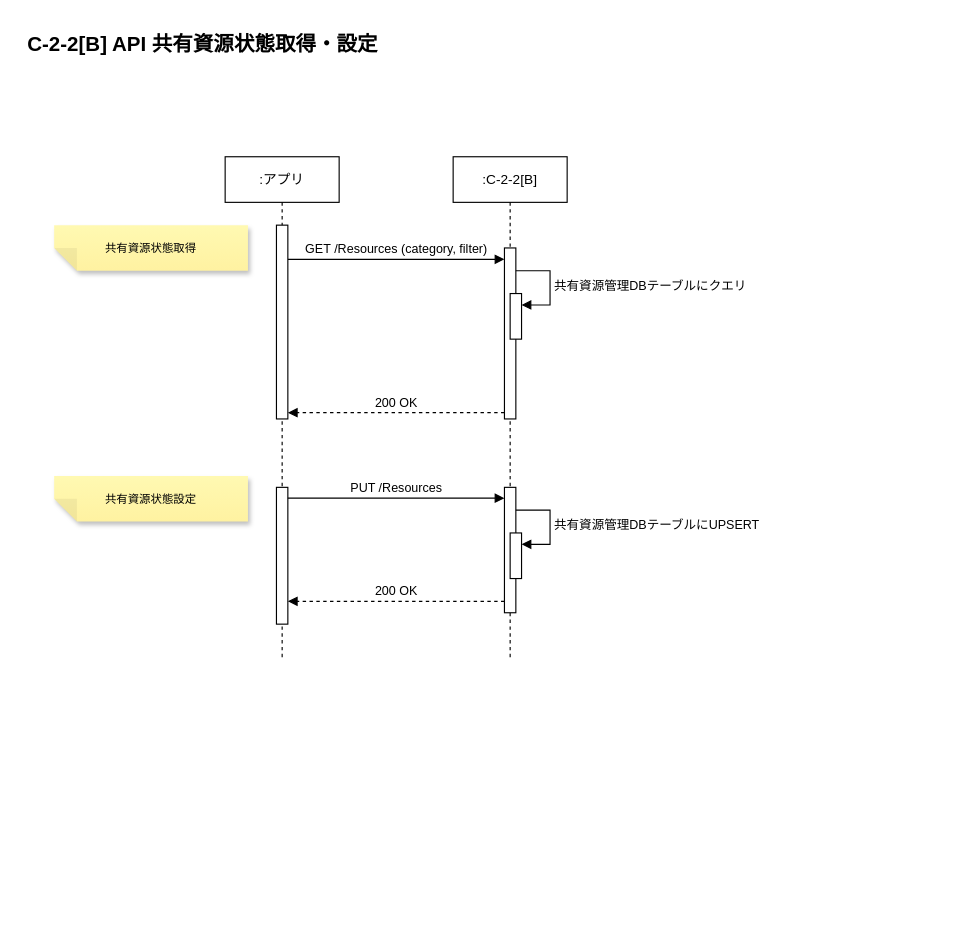
Above: page "[API]共有資源状態取得・設定" (4 of 7) of models/c-2-2-api-sequences.drawio in Sportacandy/C-2-2API (draw.io), before the change. Source tidied: cells renumbered, new cells numbered last; positions are measured from the earlier drawing's top-left corner, leaving out a move shared by most shapes. Both pictures are drawn from the tidied source at 114%, with x=0, y=0 at pixel (19, 19).
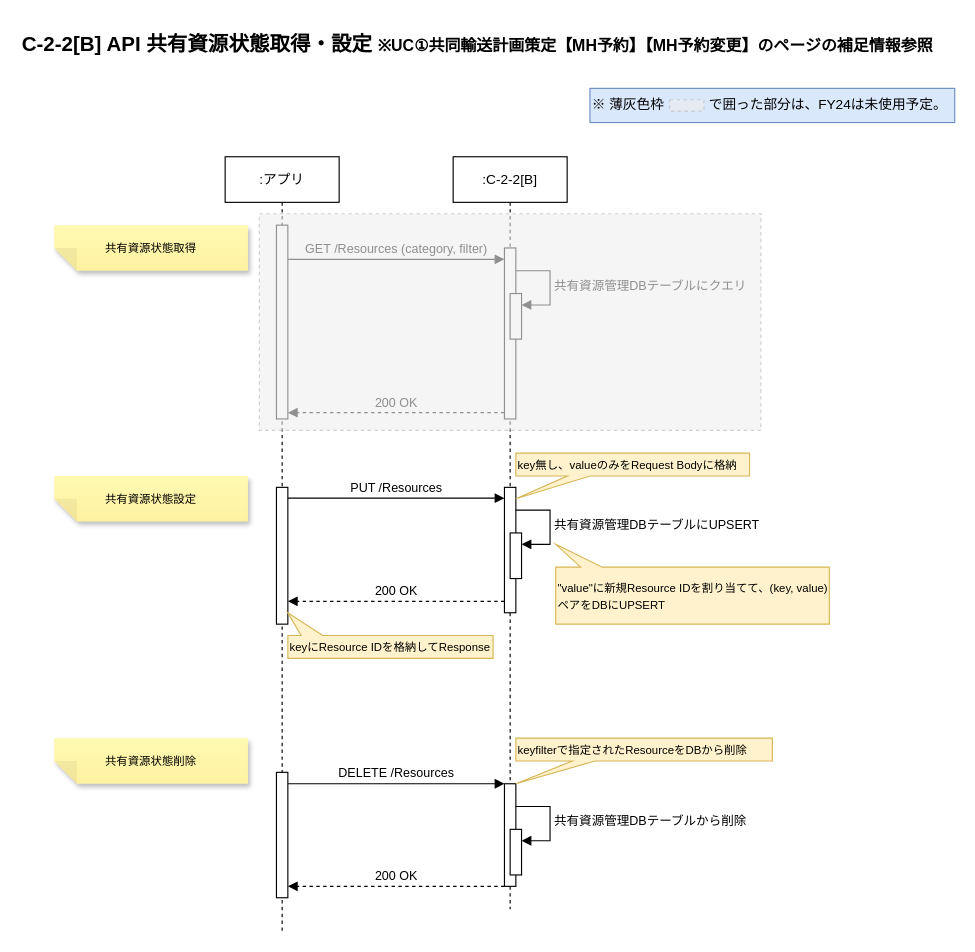
Above is the later version.

The edit, as a diff of the source:
```diff
@@
-    <mxCell id="4" value="&lt;font style=&quot;font-size: 18px;&quot;&gt;C-2-2[B] API 共有資源状態取得・設定&lt;/font&gt;" style="text;strokeColor=none;fillColor=none;html=1;fontSize=24;fontStyle=1;verticalAlign=middle;align=center;" parent="1" vertex="1">
-      <mxGeometry width="320" height="40" as="geometry" />
+    <mxCell id="4" value="&lt;font style=&quot;font-size: 18px;&quot;&gt;C-2-2[B] API 共有資源状態取得・設定&amp;nbsp;&lt;/font&gt;&lt;font style=&quot;font-size: 14px;&quot;&gt;※UC①共同輸送計画策定【MH予約】【MH予約変更】のページの補足情報参照&lt;/font&gt;" style="text;strokeColor=none;fillColor=none;html=1;fontSize=24;fontStyle=1;verticalAlign=middle;align=left;" parent="1" vertex="1">
+      <mxGeometry width="820" height="40" as="geometry" />
     </mxCell>
     <mxCell id="5" value=":アプリ" style="shape=umlLifeline;perimeter=lifelinePerimeter;whiteSpace=wrap;html=1;newEdgeStyle={&quot;edgeStyle&quot;:&quot;elbowEdgeStyle&quot;,&quot;elbow&quot;:&quot;vertical&quot;,&quot;curved&quot;:0,&quot;rounded&quot;:0};" parent="1" vertex="1">
-      <mxGeometry x="180" y="120" width="100" height="440" as="geometry" />
+      <mxGeometry x="180" y="120" width="100" height="680" as="geometry" />
     </mxCell>
@@
+    <mxCell id="19" style="html=1;perimeter=orthogonalPerimeter;targetShapes=umlLifeline;newEdgeStyle={&quot;edgeStyle&quot;:&quot;elbowEdgeStyle&quot;,&quot;elbow&quot;:&quot;vertical&quot;,&quot;curved&quot;:0,&quot;rounded&quot;:0};" parent="5" vertex="1">
+      <mxGeometry x="45" y="540" width="10" height="110" as="geometry" />
+    </mxCell>
     <mxCell id="7" value=":C-2-2[B]" style="shape=umlLifeline;perimeter=lifelinePerimeter;whiteSpace=wrap;html=1;newEdgeStyle={&quot;edgeStyle&quot;:&quot;elbowEdgeStyle&quot;,&quot;elbow&quot;:&quot;vertical&quot;,&quot;curved&quot;:0,&quot;rounded&quot;:0};" parent="1" vertex="1">
-      <mxGeometry x="380" y="120" width="100" height="440" as="geometry" />
+      <mxGeometry x="380" y="120" width="100" height="660" as="geometry" />
     </mxCell>
@@
+    <mxCell id="20" style="html=1;perimeter=orthogonalPerimeter;targetShapes=umlLifeline;newEdgeStyle={&quot;edgeStyle&quot;:&quot;elbowEdgeStyle&quot;,&quot;elbow&quot;:&quot;vertical&quot;,&quot;curved&quot;:0,&quot;rounded&quot;:0};" parent="7" vertex="1">
+      <mxGeometry x="45" y="550" width="10" height="90" as="geometry" />
+    </mxCell>
+    <mxCell id="21" value="共有資源管理DBテーブルから削除" style="html=1;align=left;spacingLeft=2;endArrow=block;rounded=0;edgeStyle=orthogonalEdgeStyle;curved=0;rounded=0;" parent="7" edge="1">
+      <mxGeometry relative="1" as="geometry">
+        <mxPoint x="55" y="570" as="sourcePoint" />
+        <mxPoint x="60" y="600" as="targetPoint" />
+        <Array as="points">
+          <mxPoint x="85" y="600" />
+        </Array>
+      </mxGeometry>
+    </mxCell>
+    <mxCell id="22" style="html=1;perimeter=orthogonalPerimeter;targetShapes=umlLifeline;newEdgeStyle={&quot;curved&quot;:0,&quot;rounded&quot;:0};" parent="7" vertex="1">
+      <mxGeometry x="50" y="590" width="10" height="40" as="geometry" />
+    </mxCell>
@@
+    <mxCell id="23" value="&lt;span style=&quot;font-size: 10px;&quot;&gt;key無し、valueのみをRequest Bodyに格納&lt;/span&gt;" style="shape=callout;whiteSpace=wrap;html=1;perimeter=calloutPerimeter;position2=0;fillColor=#fff2cc;strokeColor=#d6b656;align=left;size=20;position=0.22;" parent="1" vertex="1">
+      <mxGeometry x="435" y="380" width="205" height="40" as="geometry" />
+    </mxCell>
+    <mxCell id="24" value="&lt;div style=&quot;&quot;&gt;&lt;span style=&quot;font-size: 10px;&quot;&gt;keyにResource IDを格納してResponse&lt;/span&gt;&lt;/div&gt;" style="shape=callout;whiteSpace=wrap;html=1;perimeter=calloutPerimeter;position2=1;fillColor=#fff2cc;strokeColor=#d6b656;align=left;size=20;position=0.83;base=19;direction=west;" parent="1" vertex="1">
+      <mxGeometry x="235" y="520" width="180" height="40" as="geometry" />
+    </mxCell>
+    <mxCell id="25" value="&lt;div style=&quot;&quot;&gt;&lt;span style=&quot;font-size: 10px;&quot;&gt;&quot;value&quot;に新規Resource IDを割り当てて、(key, value)ペアをDBにUPSERT&lt;/span&gt;&lt;/div&gt;" style="shape=callout;whiteSpace=wrap;html=1;perimeter=calloutPerimeter;position2=1;fillColor=#fff2cc;strokeColor=#d6b656;align=left;size=20;position=0.83;base=19;direction=west;" parent="1" vertex="1">
+      <mxGeometry x="470" y="460" width="240" height="70" as="geometry" />
+    </mxCell>
+    <mxCell id="26" style="html=1;whiteSpace=wrap;fillColor=#eeeeee;strokeColor=#B3B3B3;align=left;dashed=1;opacity=60;" parent="1" vertex="1">
+      <mxGeometry x="210" y="170" width="440" height="190" as="geometry" />
+    </mxCell>
+    <mxCell id="27" value="&lt;span style=&quot;background-color: initial;&quot;&gt;※ 薄灰色枠　　　 で囲った部分は、FY24は未使用予定。&amp;nbsp;&lt;/span&gt;" style="html=1;whiteSpace=wrap;fillColor=#dae8fc;strokeColor=#6c8ebf;align=left;" parent="1" vertex="1">
+      <mxGeometry x="500" y="60" width="320" height="30" as="geometry" />
+    </mxCell>
+    <mxCell id="28" style="html=1;whiteSpace=wrap;fillColor=#eeeeee;strokeColor=#B3B3B3;align=left;dashed=1;opacity=60;" parent="27" vertex="1">
+      <mxGeometry x="70" y="10" width="30" height="10" as="geometry" />
+    </mxCell>
+    <mxCell id="29" value="&lt;div style=&quot;&quot;&gt;&lt;span style=&quot;font-size: 10px;&quot;&gt;共有資源状態削除&lt;/span&gt;&lt;/div&gt;" style="shape=note;whiteSpace=wrap;html=1;backgroundOutline=1;fontColor=#000000;darkOpacity=0.05;fillColor=#FFF9B2;strokeColor=none;fillStyle=solid;direction=west;gradientDirection=north;gradientColor=#FFF2A1;shadow=1;size=20;align=center;" parent="1" vertex="1">
+      <mxGeometry x="30" y="630" width="170" height="40" as="geometry" />
+    </mxCell>
+    <mxCell id="30" value="DELETE /Resources" style="html=1;verticalAlign=bottom;endArrow=block;edgeStyle=elbowEdgeStyle;elbow=horizontal;curved=0;rounded=0;" parent="1" edge="1">
+      <mxGeometry relative="1" as="geometry">
+        <mxPoint x="235" y="670" as="sourcePoint" />
+        <mxPoint x="425" y="670" as="targetPoint" />
+        <Array as="points">
+          <mxPoint x="321" y="670" />
+        </Array>
+      </mxGeometry>
+    </mxCell>
+    <mxCell id="31" value="200 OK" style="html=1;verticalAlign=bottom;endArrow=block;edgeStyle=elbowEdgeStyle;elbow=vertical;curved=0;rounded=0;dashed=1;" parent="1" edge="1">
+      <mxGeometry relative="1" as="geometry">
+        <mxPoint x="425" y="760" as="sourcePoint" />
+        <mxPoint x="235" y="760" as="targetPoint" />
+      </mxGeometry>
+    </mxCell>
+    <mxCell id="32" value="&lt;span style=&quot;font-size: 10px;&quot;&gt;keyfilterで指定されたResourceをDBから削除&lt;/span&gt;" style="shape=callout;whiteSpace=wrap;html=1;perimeter=calloutPerimeter;position2=0;fillColor=#fff2cc;strokeColor=#d6b656;align=left;size=20;position=0.22;" parent="1" vertex="1">
+      <mxGeometry x="435" y="630" width="225" height="40" as="geometry" />
+    </mxCell>
```
